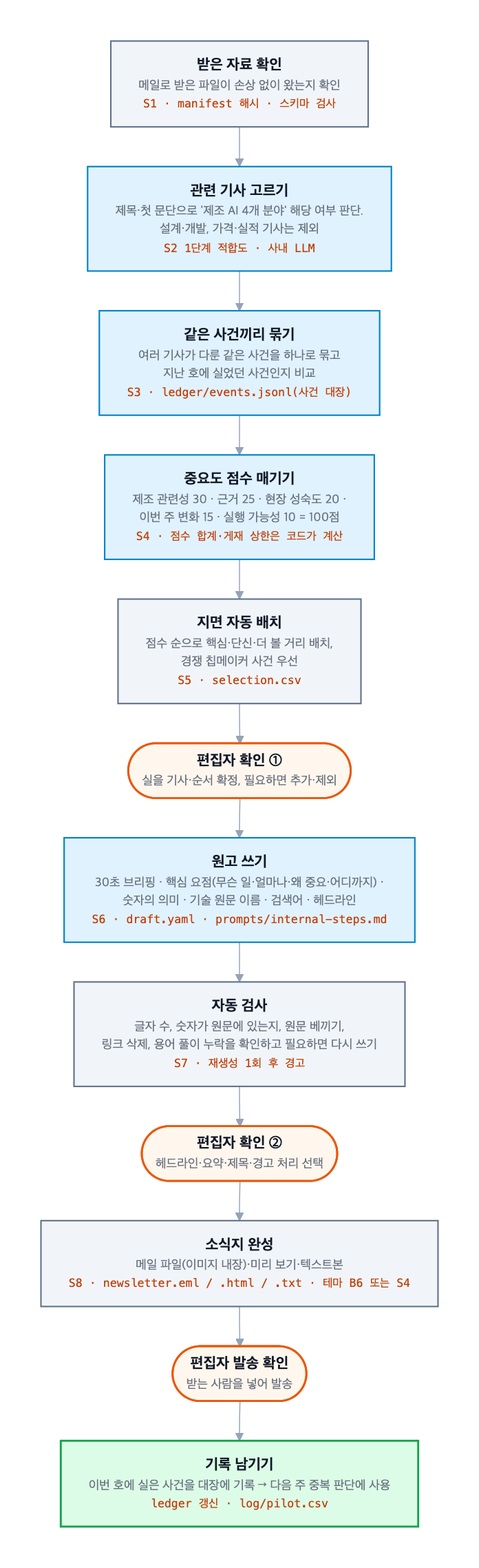
Earlier version of the Mermaid export docs/process/03-edit-publish.png (Hodong305/axpi_weekly_report). Its source is kept beside it as docs/process/03-edit-publish.mmd. Its diagram source:
```mermaid
%%{init: {"theme":"base","flowchart":{"htmlLabels":true,"curve":"basis","nodeSpacing":30,"rankSpacing":40,"wrappingWidth":420,"padding":14},"themeVariables":{"fontSize":"14px","primaryTextColor":"#111827","lineColor":"#94a3b8"},"themeCSS":".g{color:#6b7280 !important;font-size:12.5px;font-weight:normal} .t{color:#c2410c !important;font-size:11.5px;font-family:Menlo,Consolas,monospace;font-weight:normal} .nodeLabel b{font-size:15px} .cluster-label .nodeLabel{font-weight:bold;font-size:15px;color:#334155}"}}%%
flowchart TD
    I1["<b>받은 자료 확인</b><br/><span class='g'>메일로 받은 파일이 손상 없이 왔는지 확인</span><br/><span class='t'>S1 · manifest 해시 · 스키마 검사</span>"]:::auto
    I2["<b>관련 기사 고르기</b><br/><span class='g'>제목·첫 문단으로 '제조 AI 4개 분야' 해당 여부 판단.<br/>설계·개발, 가격·실적 기사는 제외</span><br/><span class='t'>S2 1단계 적합도 · 사내 LLM</span>"]:::ai
    I3["<b>같은 사건끼리 묶기</b><br/><span class='g'>여러 기사가 다룬 같은 사건을 하나로 묶고<br/>지난 호에 실었던 사건인지 비교</span><br/><span class='t'>S3 · ledger/events.jsonl(사건 대장)</span>"]:::ai
    I4["<b>중요도 점수 매기기</b><br/><span class='g'>제조 관련성 30 · 근거 25 · 현장 성숙도 20 ·<br/>이번 주 변화 15 · 실행 가능성 10 = 100점</span><br/><span class='t'>S4 · 점수 합계·게재 상한은 코드가 계산</span>"]:::ai
    I5["<b>지면 자동 배치</b><br/><span class='g'>점수 순으로 핵심·단신·더 볼 거리 배치,<br/>경쟁 칩메이커 사건 우선</span><br/><span class='t'>S5 · selection.csv</span>"]:::auto
    R1(["<b>편집자 확인 ①</b><br/><span class='g'>실을 기사·순서 확정, 필요하면 추가·제외</span>"]):::human
    I6["<b>원고 쓰기</b><br/><span class='g'>30초 브리핑 · 핵심 요점(무슨 일·얼마나·왜 중요·어디까지) ·<br/>숫자의 의미 · 기술 원문 이름 · 검색어 · 헤드라인</span><br/><span class='t'>S6 · draft.yaml · prompts/internal-steps.md</span>"]:::ai
    I7["<b>자동 검사</b><br/><span class='g'>글자 수, 숫자가 원문에 있는지, 원문 베끼기,<br/>링크 삭제, 용어 풀이 누락을 확인하고 필요하면 다시 쓰기</span><br/><span class='t'>S7 · 재생성 1회 후 경고</span>"]:::auto
    R2(["<b>편집자 확인 ②</b><br/><span class='g'>헤드라인·요약·제목·경고 처리 선택</span>"]):::human
    I8["<b>소식지 완성</b><br/><span class='g'>메일 파일(이미지 내장)·미리 보기·텍스트본</span><br/><span class='t'>S8 · newsletter.eml / .html / .txt · 테마 B6 또는 S4</span>"]:::auto
    R3(["<b>편집자 발송 확인</b><br/><span class='g'>받는 사람을 넣어 발송</span>"]):::human
    I9["<b>기록 남기기</b><br/><span class='g'>이번 호에 실은 사건을 대장에 기록 → 다음 주 중복 판단에 사용</span><br/><span class='t'>ledger 갱신 · log/pilot.csv</span>"]:::out
    I1 --> I2 --> I3 --> I4 --> I5 --> R1 --> I6 --> I7 --> R2 --> I8 --> R3 --> I9
    classDef ai fill:#e0f2fe,stroke:#0284c7,stroke-width:1.5px
    classDef auto fill:#f1f5f9,stroke:#64748b,stroke-width:1.5px
    classDef human fill:#fff7ed,stroke:#ea580c,stroke-width:2px
    classDef out fill:#dcfce7,stroke:#16a34a,stroke-width:2px
    classDef sg fill:#ffffff,stroke:#cbd5e1,stroke-width:1px
```
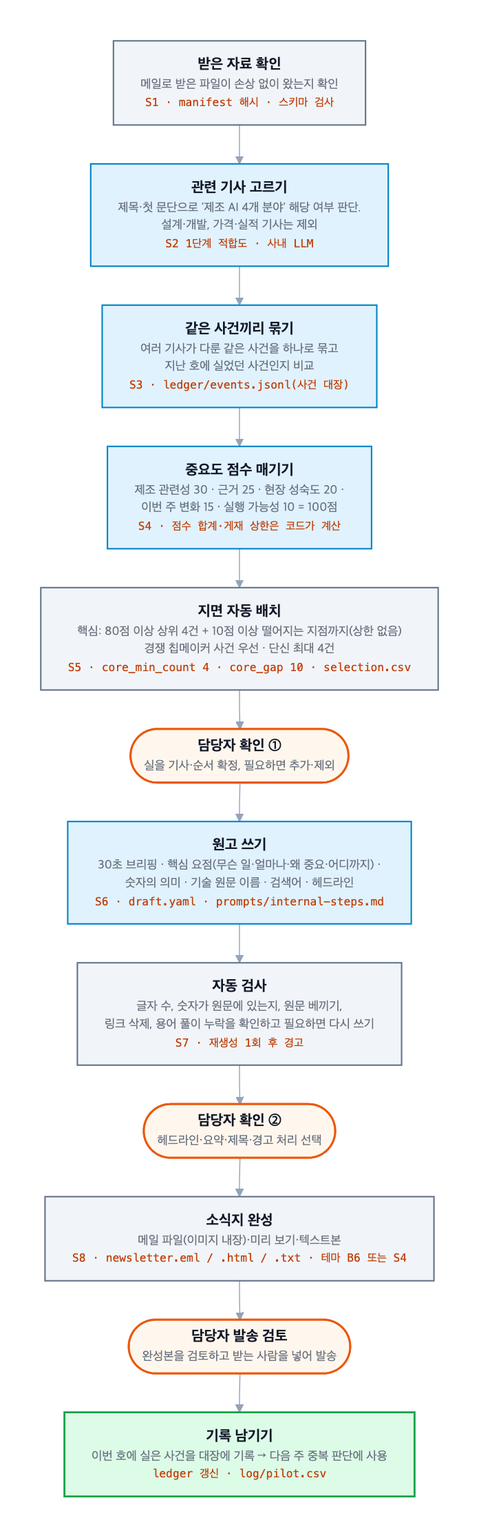
Above is the later version.

Change to the diagram source:
```diff
@@ -4,13 +4,13 @@
     I2["<b>관련 기사 고르기</b><br/><span class='g'>제목·첫 문단으로 '제조 AI 4개 분야' 해당 여부 판단.<br/>설계·개발, 가격·실적 기사는 제외</span><br/><span class='t'>S2 1단계 적합도 · 사내 LLM</span>"]:::ai
     I3["<b>같은 사건끼리 묶기</b><br/><span class='g'>여러 기사가 다룬 같은 사건을 하나로 묶고<br/>지난 호에 실었던 사건인지 비교</span><br/><span class='t'>S3 · ledger/events.jsonl(사건 대장)</span>"]:::ai
     I4["<b>중요도 점수 매기기</b><br/><span class='g'>제조 관련성 30 · 근거 25 · 현장 성숙도 20 ·<br/>이번 주 변화 15 · 실행 가능성 10 = 100점</span><br/><span class='t'>S4 · 점수 합계·게재 상한은 코드가 계산</span>"]:::ai
-    I5["<b>지면 자동 배치</b><br/><span class='g'>점수 순으로 핵심·단신·더 볼 거리 배치,<br/>경쟁 칩메이커 사건 우선</span><br/><span class='t'>S5 · selection.csv</span>"]:::auto
-    R1(["<b>편집자 확인 ①</b><br/><span class='g'>실을 기사·순서 확정, 필요하면 추가·제외</span>"]):::human
+    I5["<b>지면 자동 배치</b><br/><span class='g'>핵심: 80점 이상 상위 4건 + 10점 이상 떨어지는 지점까지(상한 없음)<br/>경쟁 칩메이커 사건 우선 · 단신 최대 4건</span><br/><span class='t'>S5 · core_min_count 4 · core_gap 10 · selection.csv</span>"]:::auto
+    R1(["<b>담당자 확인 ①</b><br/><span class='g'>실을 기사·순서 확정, 필요하면 추가·제외</span>"]):::human
     I6["<b>원고 쓰기</b><br/><span class='g'>30초 브리핑 · 핵심 요점(무슨 일·얼마나·왜 중요·어디까지) ·<br/>숫자의 의미 · 기술 원문 이름 · 검색어 · 헤드라인</span><br/><span class='t'>S6 · draft.yaml · prompts/internal-steps.md</span>"]:::ai
     I7["<b>자동 검사</b><br/><span class='g'>글자 수, 숫자가 원문에 있는지, 원문 베끼기,<br/>링크 삭제, 용어 풀이 누락을 확인하고 필요하면 다시 쓰기</span><br/><span class='t'>S7 · 재생성 1회 후 경고</span>"]:::auto
-    R2(["<b>편집자 확인 ②</b><br/><span class='g'>헤드라인·요약·제목·경고 처리 선택</span>"]):::human
+    R2(["<b>담당자 확인 ②</b><br/><span class='g'>헤드라인·요약·제목·경고 처리 선택</span>"]):::human
     I8["<b>소식지 완성</b><br/><span class='g'>메일 파일(이미지 내장)·미리 보기·텍스트본</span><br/><span class='t'>S8 · newsletter.eml / .html / .txt · 테마 B6 또는 S4</span>"]:::auto
-    R3(["<b>편집자 발송 확인</b><br/><span class='g'>받는 사람을 넣어 발송</span>"]):::human
+    R3(["<b>담당자 발송 검토</b><br/><span class='g'>완성본을 검토하고 받는 사람을 넣어 발송</span>"]):::human
     I9["<b>기록 남기기</b><br/><span class='g'>이번 호에 실은 사건을 대장에 기록 → 다음 주 중복 판단에 사용</span><br/><span class='t'>ledger 갱신 · log/pilot.csv</span>"]:::out
     I1 --> I2 --> I3 --> I4 --> I5 --> R1 --> I6 --> I7 --> R2 --> I8 --> R3 --> I9
     classDef ai fill:#e0f2fe,stroke:#0284c7,stroke-width:1.5px
```
